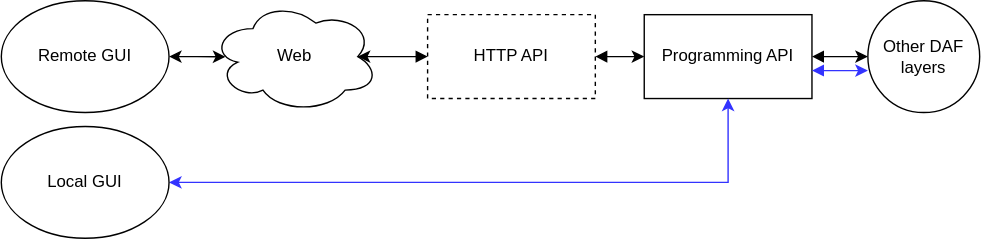
Earlier version of the draw.io export docs/thesis/images/daf-core-http-api.drawio.svg (davidhozic/discord-advertisement-framework). Source tidied: cells renumbered, new cells last; positions are measured from the earlier drawing's top-left corner, leaving out a move shared by most shapes.
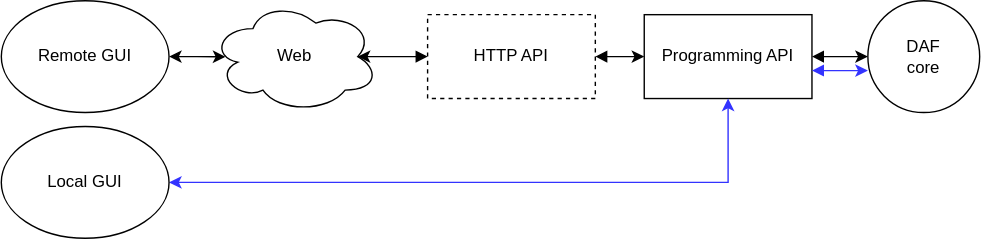
The same file after the commit.

Diff of the diagram source:
```diff
@@ -32,7 +32,7 @@
     <mxCell id="11" value="Remote GUI" style="ellipse;whiteSpace=wrap;html=1;" parent="1" vertex="1">
       <mxGeometry width="120" height="80" as="geometry" />
     </mxCell>
-    <mxCell id="12" value="Other DAF&lt;br&gt;layers" style="ellipse;whiteSpace=wrap;html=1;" parent="1" vertex="1">
+    <mxCell id="12" value="DAF&lt;br&gt;core" style="ellipse;whiteSpace=wrap;html=1;" parent="1" vertex="1">
       <mxGeometry x="620" width="80" height="80" as="geometry" />
     </mxCell>
     <mxCell id="13" style="edgeStyle=entityRelationEdgeStyle;rounded=0;comic=0;sketch=0;orthogonalLoop=1;jettySize=auto;html=1;shadow=0;startArrow=block;startFill=1;strokeColor=#3333FF;" parent="1" edge="1">
```
